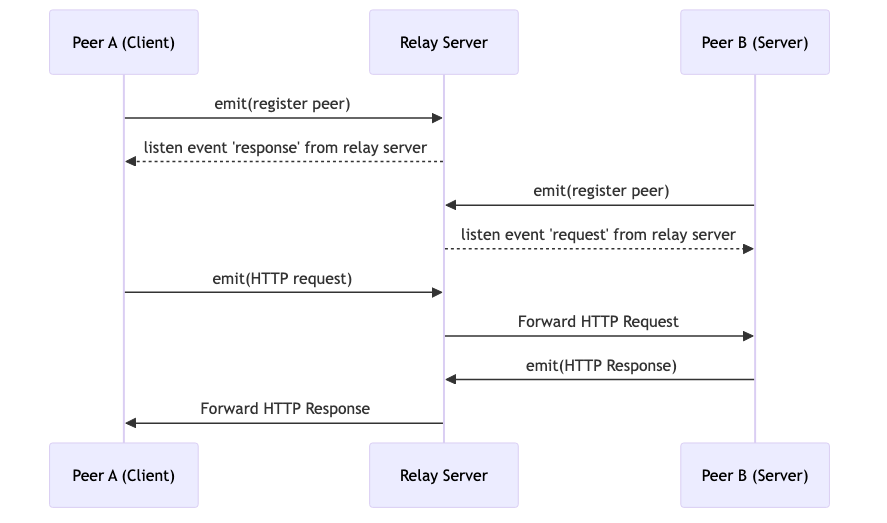
Earlier version of the Mermaid export services/relay-service/docs/1-there-is-provider-peer.mmd.png (hoptacxa/System-Design-of-Online-Video-Sharing-Platform). Its source is kept beside it as services/relay-service/docs/1-there-is-provider-peer.mmd.
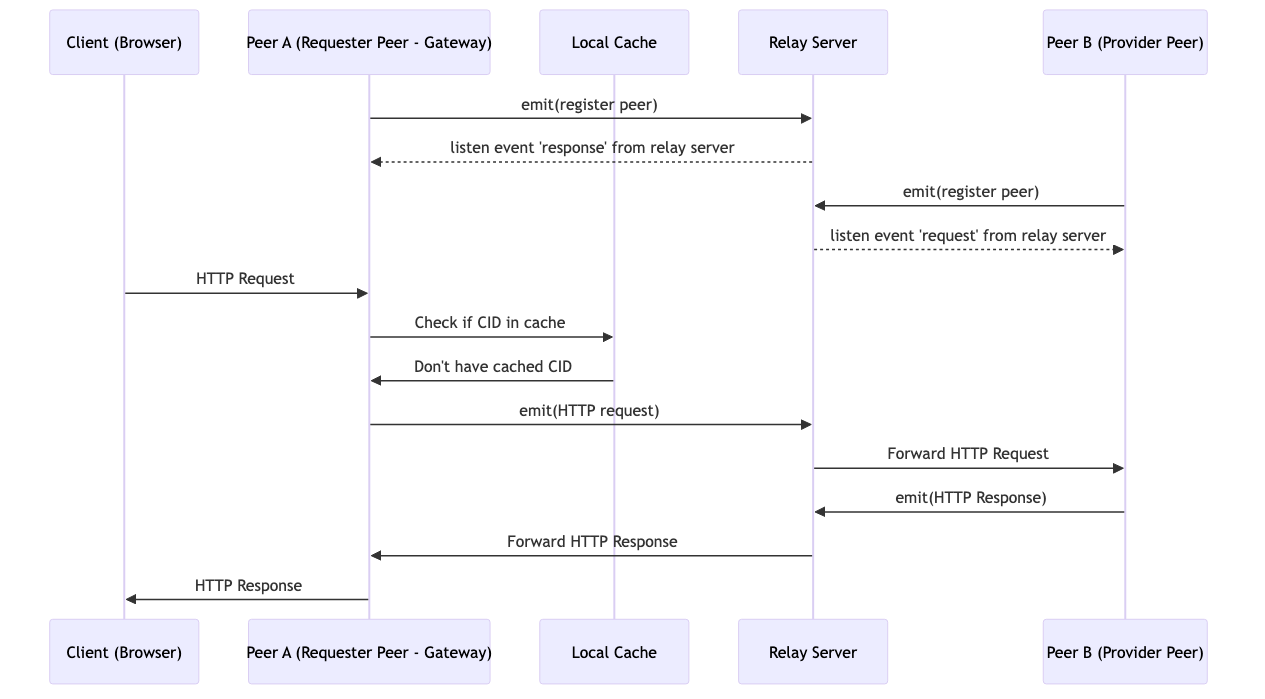
The same diagram one commit later.

Commit message:
Add sequence diagrams for local caching and provider peer interactions

What changed in the source:
```diff
@@ -1,7 +1,9 @@
 sequenceDiagram
-    participant A as Peer A (Client)
+    participant Client as Client (Browser)
+    participant A as Peer A (Requester Peer - Gateway)
+    participant Cache as Local Cache
     participant TURN as Relay Server
-    participant B as Peer B (Server)
+    participant B as Peer B (Provider Peer)
 
     A->>TURN: emit(register peer)
     TURN-->>A: listen event 'response' from relay server
@@ -9,8 +11,14 @@
     B->>TURN: emit(register peer)
     TURN-->>B: listen event 'request' from relay server
 
+    Client->>A: HTTP Request
+
+    A->>Cache: Check if CID in cache
+    Cache->>A: Don't have cached CID
+
     A->>TURN: emit(HTTP request)
     TURN->>B: Forward HTTP Request
 
     B->>TURN: emit(HTTP Response)
     TURN->>A: Forward HTTP Response
+    A->>Client: HTTP Response
```
